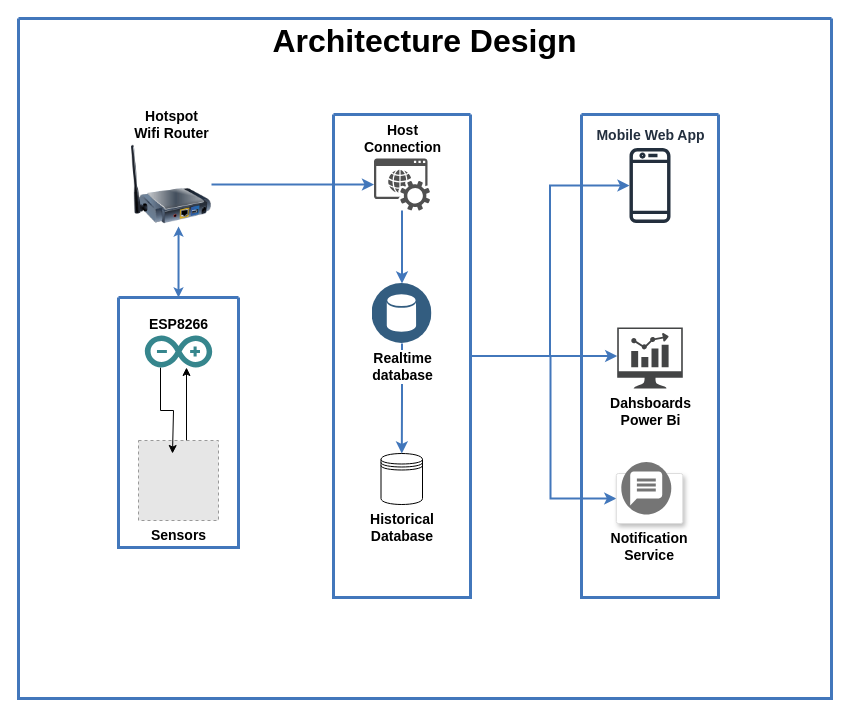
Before: 14480-IOT/Trabalho_Pratico/resources/arquitecture-design.drawio in renejerez/ubi-master-computer-engineering, a draw.io diagram. Source tidied: cells renumbered, new cells numbered last; positions are measured from the earlier drawing's top-left corner, leaving out a move shared by most shapes. Both pictures are drawn from the tidied source at 100%, with x=0, y=0 at pixel (18, 18). Pictures stored in the file or linked from it are replaced by grey dashed boxes.
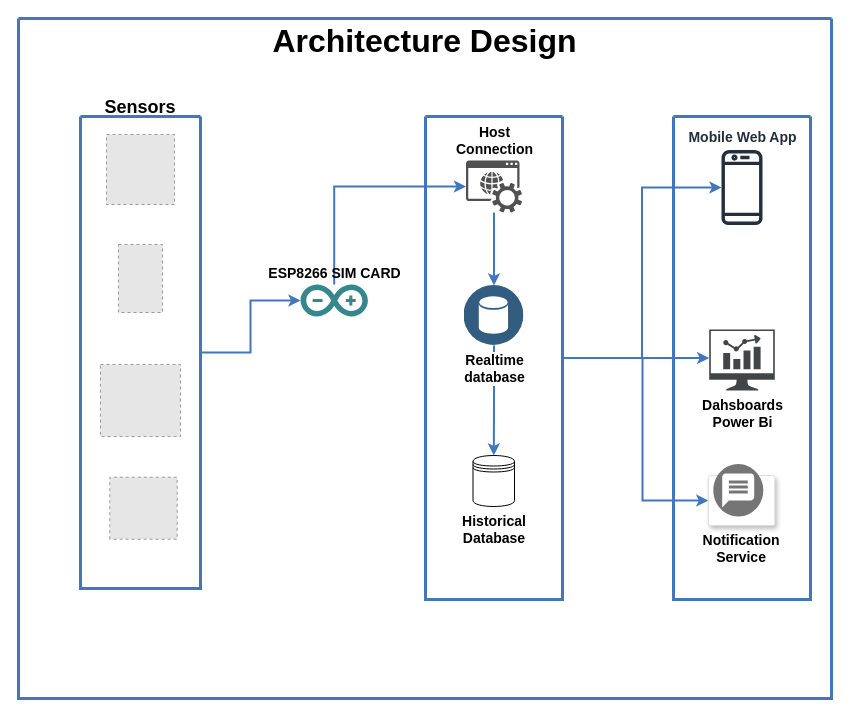
After the change.

The change refers to these unchanged cells:
```xml
<mxCell id="2" value="&#10;Architecture Design" style="swimlane;shadow=0;strokeColor=#4277BB;fillColor=#ffffff;fontColor=#000000;align=center;startSize=0;strokeWidth=3;fontSize=32;labelBorderColor=none;" parent="1" vertex="1">
  <mxGeometry width="813" height="680" as="geometry" />
</mxCell>
<mxCell id="16" value="Host&lt;div style=&quot;font-size: 14px;&quot;&gt;Connection&lt;/div&gt;" style="sketch=0;shadow=0;dashed=0;html=1;strokeColor=none;fillColor=#505050;labelPosition=center;verticalLabelPosition=top;verticalAlign=bottom;outlineConnect=0;align=center;shape=mxgraph.office.services.online_hosted_services;fontSize=14;fontStyle=1;" parent="12" vertex="1">
  <mxGeometry x="40.5" y="44" width="56" height="52" as="geometry" />
</mxCell>
<mxCell id="20" value="Dahsboards&lt;div&gt;Power Bi&lt;/div&gt;" style="sketch=0;shadow=0;dashed=0;html=1;strokeColor=none;fillColor=#434445;labelPosition=center;verticalLabelPosition=bottom;verticalAlign=top;align=center;outlineConnect=0;shape=mxgraph.vvd.nsx_dashboard;fontSize=14;fontStyle=1;" parent="18" vertex="1">
  <mxGeometry x="35.7" y="213" width="65.6" height="61" as="geometry" />
</mxCell>
<mxCell id="21" value="Notification&#10;Service" style="strokeColor=#dddddd;shadow=1;strokeWidth=1;rounded=1;absoluteArcSize=1;arcSize=4;labelPosition=center;verticalLabelPosition=bottom;align=center;verticalAlign=top;fontSize=14;fontStyle=1;" parent="18" vertex="1">
  <mxGeometry x="34.8" y="359" width="66.5" height="50" as="geometry" />
</mxCell>
```

Diff of the diagram source:
```diff
@@
-    <mxCell id="3" style="edgeStyle=elbowEdgeStyle;rounded=0;elbow=vertical;html=1;labelBackgroundColor=#ffffff;startArrow=classic;startFill=1;startSize=4;endArrow=classic;endFill=1;endSize=4;jettySize=auto;strokeColor=#4277BB;strokeWidth=2;fontSize=14;fontColor=#4277BB;exitX=0.588;exitY=1.025;exitDx=0;exitDy=0;exitPerimeter=0;" parent="2" edge="1" source="24" target="4">
-      <mxGeometry relative="1" as="geometry" />
-    </mxCell>
+    <mxCell id="25" style="edgeStyle=orthogonalEdgeStyle;rounded=0;jettySize=auto;html=1;fillColor=#0050EF;strokeColor=#4277BB;strokeWidth=2;" parent="2" edge="1" source="4" target="8">
+      <mxGeometry relative="1" as="geometry" />
+    </mxCell>
-    <mxCell id="4" style="swimlane;shadow=0;strokeColor=#4277BB;fillColor=#ffffff;fontColor=#4277BB;align=right;startSize=0;strokeWidth=3;" parent="2" vertex="1">
-      <mxGeometry x="100" y="279" width="120" height="250" as="geometry" />
+    <mxCell id="4" value="Sensors&#10;" style="swimlane;shadow=0;strokeColor=#4277BB;fillColor=#ffffff;fontColor=#000000;align=center;startSize=0;strokeWidth=3;fontSize=18;" parent="2" vertex="1">
+      <mxGeometry x="62" y="98" width="120" height="472" as="geometry" />
     </mxCell>
-    <mxCell id="5" style="edgeStyle=orthogonalEdgeStyle;rounded=0;jettySize=auto;html=1;" parent="4" edge="1" target="8">
-      <mxGeometry relative="1" as="geometry">
-        <mxPoint x="67" y="156" as="sourcePoint" />
-        <Array as="points">
-          <mxPoint x="68" y="156" />
-        </Array>
-      </mxGeometry>
-    </mxCell>
-    <mxCell id="6" value="Sensors" style="fillColor=#E6E6E6;strokeColor=#999999;dashed=1;html=1;verticalAlign=top;verticalLabelPosition=bottom;labelBackgroundColor=#ffffff;fontSize=14;fontStyle=1;" parent="4" vertex="1">
-      <mxGeometry x="20" y="143" width="80" height="80" as="geometry" />
-    </mxCell>
-    <mxCell id="7" style="edgeStyle=orthogonalEdgeStyle;rounded=0;jettySize=auto;html=1;" parent="4" edge="1" source="8">
-      <mxGeometry relative="1" as="geometry">
-        <mxPoint x="54" y="156" as="targetPoint" />
-        <Array as="points">
-          <mxPoint x="42" y="113" />
-          <mxPoint x="55" y="113" />
-        </Array>
-      </mxGeometry>
-    </mxCell>
-    <mxCell id="8" value="ESP8266" style="dashed=0;outlineConnect=0;html=1;align=center;labelPosition=center;verticalLabelPosition=top;verticalAlign=bottom;shape=mxgraph.weblogos.arduino;fillColor=#36868D;strokeColor=none;fontStyle=1;fontSize=14;" parent="4" vertex="1">
-      <mxGeometry x="26.3" y="38" width="67.4" height="32" as="geometry" />
-    </mxCell>
+    <mxCell id="26" style="fillColor=#E6E6E6;strokeColor=#999999;dashed=1;verticalLabelPosition=bottom;labelBackgroundColor=default;verticalAlign=top;" parent="4" vertex="1">
+      <mxGeometry x="26" y="18" width="68" height="70" as="geometry" />
+    </mxCell>
+    <mxCell id="27" style="fillColor=#E6E6E6;strokeColor=#999999;dashed=1;verticalLabelPosition=bottom;labelBackgroundColor=default;verticalAlign=top;" parent="4" vertex="1">
+      <mxGeometry x="38" y="128" width="44" height="68" as="geometry" />
+    </mxCell>
+    <mxCell id="28" style="fillColor=#E6E6E6;strokeColor=#999999;dashed=1;verticalLabelPosition=bottom;labelBackgroundColor=default;verticalAlign=top;" parent="4" vertex="1">
+      <mxGeometry x="20" y="248" width="80" height="72.1" as="geometry" />
+    </mxCell>
+    <mxCell id="29" style="fillColor=#E6E6E6;strokeColor=#999999;dashed=1;verticalLabelPosition=bottom;labelBackgroundColor=default;verticalAlign=top;rotation=-90;" parent="4" vertex="1">
+      <mxGeometry x="32" y="358" width="62" height="67.4" as="geometry" />
+    </mxCell>
@@
     <mxCell id="10" style="edgeStyle=orthogonalEdgeStyle;rounded=0;jettySize=auto;html=1;strokeWidth=2;strokeColor=#4277bb;" parent="2" edge="1" source="12" target="20">
       <mxGeometry relative="1" as="geometry">
         <Array as="points">
-          <mxPoint x="562" y="338" />
-          <mxPoint x="562" y="338" />
+          <mxPoint x="654" y="340" />
+          <mxPoint x="654" y="340" />
         </Array>
       </mxGeometry>
     </mxCell>
     <mxCell id="11" style="edgeStyle=orthogonalEdgeStyle;rounded=0;jettySize=auto;html=1;strokeWidth=2;strokeColor=#4277bb;" parent="2" edge="1" source="12" target="21">
       <mxGeometry relative="1" as="geometry">
         <Array as="points">
-          <mxPoint x="532" y="338" />
-          <mxPoint x="532" y="480" />
+          <mxPoint x="624" y="340" />
+          <mxPoint x="624" y="482" />
         </Array>
       </mxGeometry>
     </mxCell>
     <mxCell id="12" style="swimlane;shadow=0;strokeColor=#4277BB;fillColor=#ffffff;fontColor=#4277BB;align=right;startSize=0;strokeWidth=3;" parent="2" vertex="1">
-      <mxGeometry x="315" y="96" width="137" height="483" as="geometry" />
+      <mxGeometry x="407" y="98" width="137" height="483" as="geometry" />
     </mxCell>
@@
     <mxCell id="18" style="swimlane;shadow=0;strokeColor=#4277BB;fillColor=#ffffff;fontColor=#4277BB;align=right;startSize=0;strokeWidth=3;" parent="2" vertex="1">
-      <mxGeometry x="563" y="96" width="137" height="483" as="geometry" />
+      <mxGeometry x="655" y="98" width="137" height="483" as="geometry" />
     </mxCell>
@@
-    <mxCell id="23" style="edgeStyle=orthogonalEdgeStyle;rounded=0;jettySize=auto;html=1;fontColor=#4277bb;spacing=4;fillColor=#0050ef;strokeColor=#4277bb;strokeWidth=2;" parent="2" edge="1" source="24" target="16">
-      <mxGeometry relative="1" as="geometry" />
+    <mxCell id="23" style="edgeStyle=orthogonalEdgeStyle;rounded=0;jettySize=auto;html=1;fontColor=#4277bb;spacing=4;fillColor=#0050ef;strokeColor=#4277bb;strokeWidth=2;" parent="2" edge="1" source="8" target="16">
+      <mxGeometry relative="1" as="geometry">
+        <Array as="points">
+          <mxPoint x="316" y="168" />
+        </Array>
+      </mxGeometry>
     </mxCell>
-    <mxCell id="24" value="Hotspot&lt;div style=&quot;font-size: 14px;&quot;&gt;Wifi Router&lt;/div&gt;" style="image;html=1;image=img/lib/clip_art/networking/Print_Server_Wireless_128x128.png;fontSize=14;fontStyle=1;labelPosition=center;verticalLabelPosition=top;align=center;verticalAlign=bottom;" parent="2" vertex="1">
-      <mxGeometry x="113" y="126" width="80" height="80" as="geometry" />
-    </mxCell>
+    <mxCell id="8" value="ESP8266 SIM CARD" style="dashed=0;outlineConnect=0;html=1;align=center;labelPosition=center;verticalLabelPosition=top;verticalAlign=bottom;shape=mxgraph.weblogos.arduino;fillColor=#36868D;strokeColor=none;fontStyle=1;fontSize=14;" parent="2" vertex="1">
+      <mxGeometry x="282" y="266" width="67.4" height="32" as="geometry" />
+    </mxCell>
```
